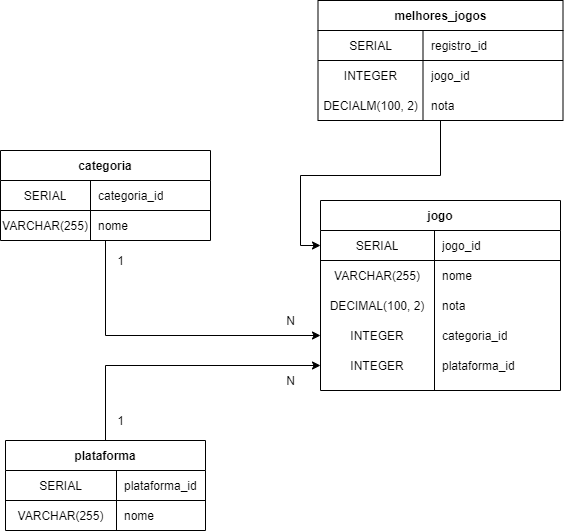
This is banco_jogos.png from lucas-garcia-rubio/postgres-DB-sample, a draw.io export, as it was before one commit. Source tidied: cells renumbered, new cells last; positions are measured from the earlier drawing's top-left corner, leaving out a move shared by most shapes. Source of this version:
```xml
<mxGraphModel>
  <root>
    <mxCell id="0" />
    <mxCell id="1" parent="0" />
    <mxCell id="2" value="jogo" style="shape=table;html=1;whiteSpace=wrap;startSize=30;rowLines=0;fontStyle=1;align=center;" parent="1" vertex="1">
      <mxGeometry x="320" y="200" width="240" height="190" as="geometry" />
    </mxCell>
    <mxCell id="3" style="shape=partialRectangle;html=1;whiteSpace=wrap;fillColor=none;top=0;left=0;bottom=1;right=0;points=[[0,0.5],[1,0.5]];portConstraint=eastwest;" parent="2" vertex="1">
      <mxGeometry y="30" width="240" height="30" as="geometry" />
    </mxCell>
    <mxCell id="4" value="SERIAL" style="shape=partialRectangle;html=1;whiteSpace=wrap;fillColor=none;top=0;left=0;bottom=0;right=0;overflow=hidden;" parent="3" vertex="1">
      <mxGeometry width="114" height="30" as="geometry" />
    </mxCell>
    <mxCell id="5" value="jogo_id" style="shape=partialRectangle;html=1;whiteSpace=wrap;fillColor=none;top=0;left=0;bottom=0;right=0;align=left;spacingLeft=6;overflow=hidden;" parent="3" vertex="1">
      <mxGeometry x="114" width="126" height="30" as="geometry" />
    </mxCell>
    <mxCell id="6" style="shape=partialRectangle;html=1;whiteSpace=wrap;fillColor=none;top=0;left=0;bottom=0;right=0;" parent="2" vertex="1">
      <mxGeometry y="60" width="240" height="30" as="geometry" />
    </mxCell>
    <mxCell id="7" value="VARCHAR(255)" style="shape=partialRectangle;html=1;whiteSpace=wrap;fillColor=none;top=0;left=0;bottom=0;right=0;overflow=hidden;" parent="6" vertex="1">
      <mxGeometry width="114" height="30" as="geometry" />
    </mxCell>
    <mxCell id="8" value="nome" style="shape=partialRectangle;html=1;whiteSpace=wrap;fillColor=none;top=0;left=0;bottom=0;right=0;align=left;spacingLeft=6;overflow=hidden;" parent="6" vertex="1">
      <mxGeometry x="114" width="126" height="30" as="geometry" />
    </mxCell>
    <mxCell id="9" style="shape=partialRectangle;html=1;whiteSpace=wrap;fillColor=none;top=0;left=0;bottom=0;right=0;" parent="2" vertex="1">
      <mxGeometry y="90" width="240" height="30" as="geometry" />
    </mxCell>
    <mxCell id="10" value="DECIMAL(100, 2)" style="shape=partialRectangle;html=1;whiteSpace=wrap;fillColor=none;top=0;left=0;bottom=0;right=0;overflow=hidden;" parent="9" vertex="1">
      <mxGeometry width="114" height="30" as="geometry" />
    </mxCell>
    <mxCell id="11" value="nota" style="shape=partialRectangle;html=1;whiteSpace=wrap;fillColor=none;top=0;left=0;bottom=0;right=0;align=left;spacingLeft=6;overflow=hidden;" parent="9" vertex="1">
      <mxGeometry x="114" width="126" height="30" as="geometry" />
    </mxCell>
    <mxCell id="12" style="shape=partialRectangle;html=1;whiteSpace=wrap;fillColor=none;top=0;left=0;bottom=0;right=0;points=[[0,0.5],[1,0.5]];portConstraint=eastwest;" parent="2" vertex="1">
      <mxGeometry y="120" width="240" height="30" as="geometry" />
    </mxCell>
    <mxCell id="13" value="INTEGER" style="shape=partialRectangle;html=1;whiteSpace=wrap;fillColor=none;top=0;left=0;bottom=0;right=0;overflow=hidden;" parent="12" vertex="1">
      <mxGeometry width="114" height="30" as="geometry" />
    </mxCell>
    <mxCell id="14" value="categoria_id" style="shape=partialRectangle;html=1;whiteSpace=wrap;fillColor=none;top=0;left=0;bottom=0;right=0;align=left;spacingLeft=6;overflow=hidden;" parent="12" vertex="1">
      <mxGeometry x="114" width="126" height="30" as="geometry" />
    </mxCell>
    <mxCell id="15" style="shape=partialRectangle;html=1;whiteSpace=wrap;fillColor=none;top=0;left=0;bottom=0;right=0;points=[[0,0.5],[1,0.5]];portConstraint=eastwest;" parent="2" vertex="1">
      <mxGeometry y="150" width="240" height="30" as="geometry" />
    </mxCell>
    <mxCell id="16" value="INTEGER" style="shape=partialRectangle;html=1;whiteSpace=wrap;fillColor=none;top=0;left=0;bottom=0;right=0;overflow=hidden;" parent="15" vertex="1">
      <mxGeometry width="114" height="30" as="geometry" />
    </mxCell>
    <mxCell id="17" value="plataforma_id" style="shape=partialRectangle;html=1;whiteSpace=wrap;fillColor=none;top=0;left=0;bottom=0;right=0;align=left;spacingLeft=6;overflow=hidden;" parent="15" vertex="1">
      <mxGeometry x="114" width="126" height="30" as="geometry" />
    </mxCell>
    <mxCell id="18" style="edgeStyle=orthogonalEdgeStyle;rounded=0;jettySize=auto;html=1;" parent="1" edge="1" source="19" target="15">
      <mxGeometry relative="1" as="geometry" />
    </mxCell>
    <mxCell id="19" value="plataforma" style="shape=table;html=1;whiteSpace=wrap;startSize=30;rowLines=0;fontStyle=1;align=center;" parent="1" vertex="1">
      <mxGeometry x="5" y="440" width="200" height="90" as="geometry" />
    </mxCell>
    <mxCell id="20" style="shape=partialRectangle;html=1;whiteSpace=wrap;fillColor=none;top=0;left=0;bottom=1;right=0;" parent="19" vertex="1">
      <mxGeometry y="30" width="200" height="30" as="geometry" />
    </mxCell>
    <mxCell id="21" value="SERIAL" style="shape=partialRectangle;html=1;whiteSpace=wrap;fillColor=none;top=0;left=0;bottom=0;right=0;overflow=hidden;" parent="20" vertex="1">
      <mxGeometry width="111" height="30" as="geometry" />
    </mxCell>
    <mxCell id="22" value="plataforma_id" style="shape=partialRectangle;html=1;whiteSpace=wrap;fillColor=none;top=0;left=0;bottom=0;right=0;align=left;spacingLeft=6;overflow=hidden;" parent="20" vertex="1">
      <mxGeometry x="111" width="89" height="30" as="geometry" />
    </mxCell>
    <mxCell id="23" style="shape=partialRectangle;html=1;whiteSpace=wrap;fillColor=none;top=0;left=0;bottom=0;right=0;" parent="19" vertex="1">
      <mxGeometry y="60" width="200" height="30" as="geometry" />
    </mxCell>
    <mxCell id="24" value="VARCHAR(255)" style="shape=partialRectangle;html=1;whiteSpace=wrap;fillColor=none;top=0;left=0;bottom=0;right=0;overflow=hidden;" parent="23" vertex="1">
      <mxGeometry width="111" height="30" as="geometry" />
    </mxCell>
    <mxCell id="25" value="nome" style="shape=partialRectangle;html=1;whiteSpace=wrap;fillColor=none;top=0;left=0;bottom=0;right=0;align=left;spacingLeft=6;overflow=hidden;" parent="23" vertex="1">
      <mxGeometry x="111" width="89" height="30" as="geometry" />
    </mxCell>
    <mxCell id="26" style="edgeStyle=orthogonalEdgeStyle;rounded=0;jettySize=auto;html=1;" parent="1" edge="1" source="27" target="12">
      <mxGeometry relative="1" as="geometry" />
    </mxCell>
    <mxCell id="27" value="categoria" style="shape=table;html=1;whiteSpace=wrap;startSize=30;rowLines=0;fontStyle=1;align=center;" parent="1" vertex="1">
      <mxGeometry y="150" width="210" height="90" as="geometry" />
    </mxCell>
    <mxCell id="28" style="shape=partialRectangle;html=1;whiteSpace=wrap;fillColor=none;top=0;left=0;bottom=1;right=0;" parent="27" vertex="1">
      <mxGeometry y="30" width="210" height="30" as="geometry" />
    </mxCell>
    <mxCell id="29" value="SERIAL" style="shape=partialRectangle;html=1;whiteSpace=wrap;fillColor=none;top=0;left=0;bottom=0;right=0;overflow=hidden;" parent="28" vertex="1">
      <mxGeometry width="90" height="30" as="geometry" />
    </mxCell>
    <mxCell id="30" value="categoria_id" style="shape=partialRectangle;html=1;whiteSpace=wrap;fillColor=none;top=0;left=0;bottom=0;right=0;align=left;spacingLeft=6;overflow=hidden;" parent="28" vertex="1">
      <mxGeometry x="90" width="120" height="30" as="geometry" />
    </mxCell>
    <mxCell id="31" style="shape=partialRectangle;html=1;whiteSpace=wrap;fillColor=none;top=0;left=0;bottom=0;right=0;" parent="27" vertex="1">
      <mxGeometry y="60" width="210" height="30" as="geometry" />
    </mxCell>
    <mxCell id="32" value="VARCHAR(255)" style="shape=partialRectangle;html=1;whiteSpace=wrap;fillColor=none;top=0;left=0;bottom=0;right=0;overflow=hidden;" parent="31" vertex="1">
      <mxGeometry width="90" height="30" as="geometry" />
    </mxCell>
    <mxCell id="33" value="nome" style="shape=partialRectangle;html=1;whiteSpace=wrap;fillColor=none;top=0;left=0;bottom=0;right=0;align=left;spacingLeft=6;overflow=hidden;" parent="31" vertex="1">
      <mxGeometry x="90" width="120" height="30" as="geometry" />
    </mxCell>
    <mxCell id="34" style="edgeStyle=orthogonalEdgeStyle;rounded=0;jettySize=auto;html=1;entryX=0;entryY=0.5;entryDx=0;entryDy=0;" parent="1" edge="1" source="35" target="3">
      <mxGeometry relative="1" as="geometry" />
    </mxCell>
    <mxCell id="35" value="melhores_jogos" style="shape=table;html=1;whiteSpace=wrap;startSize=30;rowLines=0;fontStyle=1;align=center;" parent="1" vertex="1">
      <mxGeometry x="317.5" width="245" height="120" as="geometry" />
    </mxCell>
    <mxCell id="36" style="shape=partialRectangle;html=1;whiteSpace=wrap;fillColor=none;top=0;left=0;bottom=1;right=0;" parent="35" vertex="1">
      <mxGeometry y="30" width="245" height="30" as="geometry" />
    </mxCell>
    <mxCell id="37" value="SERIAL" style="shape=partialRectangle;html=1;whiteSpace=wrap;fillColor=none;top=0;left=0;bottom=0;right=0;overflow=hidden;" parent="36" vertex="1">
      <mxGeometry width="105" height="30" as="geometry" />
    </mxCell>
    <mxCell id="38" value="registro_id" style="shape=partialRectangle;html=1;whiteSpace=wrap;fillColor=none;top=0;left=0;bottom=0;right=0;align=left;spacingLeft=6;overflow=hidden;" parent="36" vertex="1">
      <mxGeometry x="105" width="140" height="30" as="geometry" />
    </mxCell>
    <mxCell id="39" style="shape=partialRectangle;html=1;whiteSpace=wrap;fillColor=none;top=0;left=0;bottom=0;right=0;" parent="35" vertex="1">
      <mxGeometry y="60" width="245" height="30" as="geometry" />
    </mxCell>
    <mxCell id="40" value="INTEGER" style="shape=partialRectangle;html=1;whiteSpace=wrap;fillColor=none;top=0;left=0;bottom=0;right=0;overflow=hidden;" parent="39" vertex="1">
      <mxGeometry width="105" height="30" as="geometry" />
    </mxCell>
    <mxCell id="41" value="jogo_id" style="shape=partialRectangle;html=1;whiteSpace=wrap;fillColor=none;top=0;left=0;bottom=0;right=0;align=left;spacingLeft=6;overflow=hidden;" parent="39" vertex="1">
      <mxGeometry x="105" width="140" height="30" as="geometry" />
    </mxCell>
    <mxCell id="42" style="shape=partialRectangle;html=1;whiteSpace=wrap;fillColor=none;top=0;left=0;bottom=0;right=0;" parent="35" vertex="1">
      <mxGeometry y="90" width="245" height="30" as="geometry" />
    </mxCell>
    <mxCell id="43" value="DECIALM(100, 2)" style="shape=partialRectangle;html=1;whiteSpace=wrap;fillColor=none;top=0;left=0;bottom=0;right=0;overflow=hidden;" parent="42" vertex="1">
      <mxGeometry width="105" height="30" as="geometry" />
    </mxCell>
    <mxCell id="44" value="nota" style="shape=partialRectangle;html=1;whiteSpace=wrap;fillColor=none;top=0;left=0;bottom=0;right=0;align=left;spacingLeft=6;overflow=hidden;" parent="42" vertex="1">
      <mxGeometry x="105" width="140" height="30" as="geometry" />
    </mxCell>
    <mxCell id="45" value="1" style="text;html=1;align=center;verticalAlign=middle;" parent="1" vertex="1">
      <mxGeometry x="110" y="250" width="20" height="20" as="geometry" />
    </mxCell>
    <mxCell id="46" value="N" style="text;html=1;align=center;verticalAlign=middle;" parent="1" vertex="1">
      <mxGeometry x="280" y="310" width="20" height="20" as="geometry" />
    </mxCell>
    <mxCell id="47" value="1" style="text;html=1;align=center;verticalAlign=middle;" parent="1" vertex="1">
      <mxGeometry x="110" y="410" width="20" height="20" as="geometry" />
    </mxCell>
    <mxCell id="48" value="N" style="text;html=1;align=center;verticalAlign=middle;" parent="1" vertex="1">
      <mxGeometry x="280" y="370" width="20" height="20" as="geometry" />
    </mxCell>
  </root>
</mxGraphModel>
```
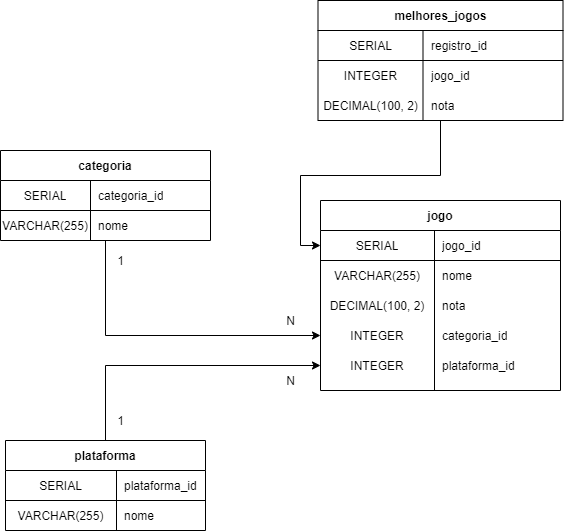
The same diagram one commit later.

Diff of the diagram source:
```diff
@@ -125,7 +125,7 @@
     <mxCell id="42" style="shape=partialRectangle;html=1;whiteSpace=wrap;fillColor=none;top=0;left=0;bottom=0;right=0;" parent="35" vertex="1">
       <mxGeometry y="90" width="245" height="30" as="geometry" />
     </mxCell>
-    <mxCell id="43" value="DECIALM(100, 2)" style="shape=partialRectangle;html=1;whiteSpace=wrap;fillColor=none;top=0;left=0;bottom=0;right=0;overflow=hidden;" parent="42" vertex="1">
+    <mxCell id="43" value="DECIMAL(100, 2)" style="shape=partialRectangle;html=1;whiteSpace=wrap;fillColor=none;top=0;left=0;bottom=0;right=0;overflow=hidden;" parent="42" vertex="1">
       <mxGeometry width="105" height="30" as="geometry" />
     </mxCell>
     <mxCell id="44" value="nota" style="shape=partialRectangle;html=1;whiteSpace=wrap;fillColor=none;top=0;left=0;bottom=0;right=0;align=left;spacingLeft=6;overflow=hidden;" parent="42" vertex="1">
```
